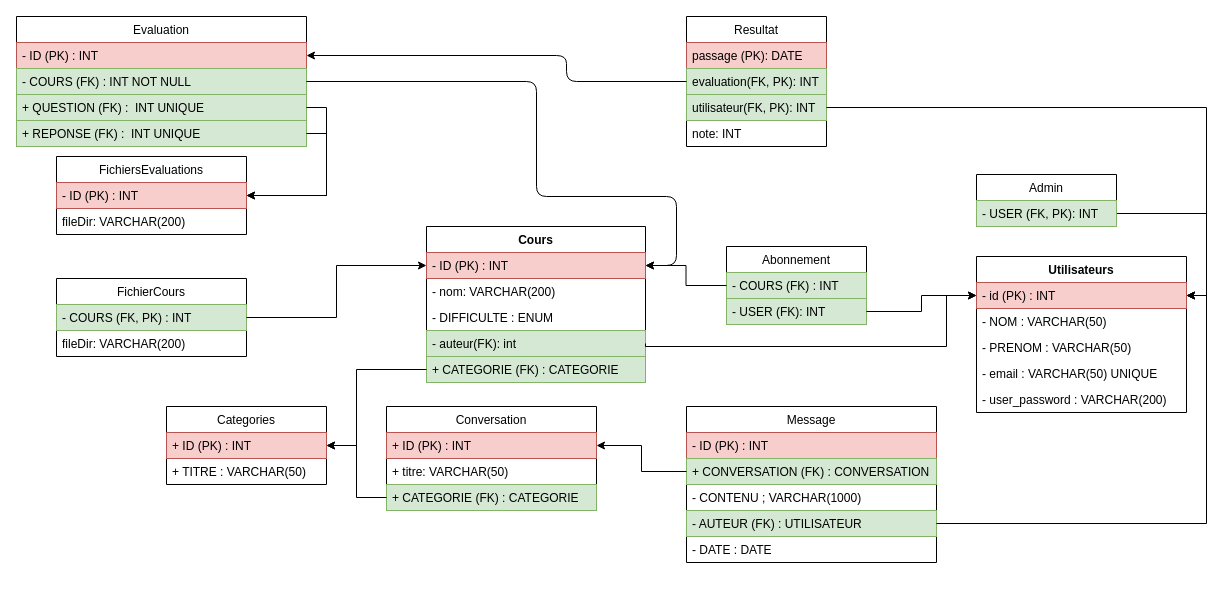
The draw.io diagram documentation/diagrammes/BDD.drawio in FC-Dijkstra/SiteFormation_DAW, before the edit. Source tidied: cells renumbered, new cells numbered last; positions are measured from the earlier drawing's top-left corner, leaving out a move shared by most shapes. Both pictures are drawn from the tidied source at 100%, with x=0, y=0 at pixel (16, 16).
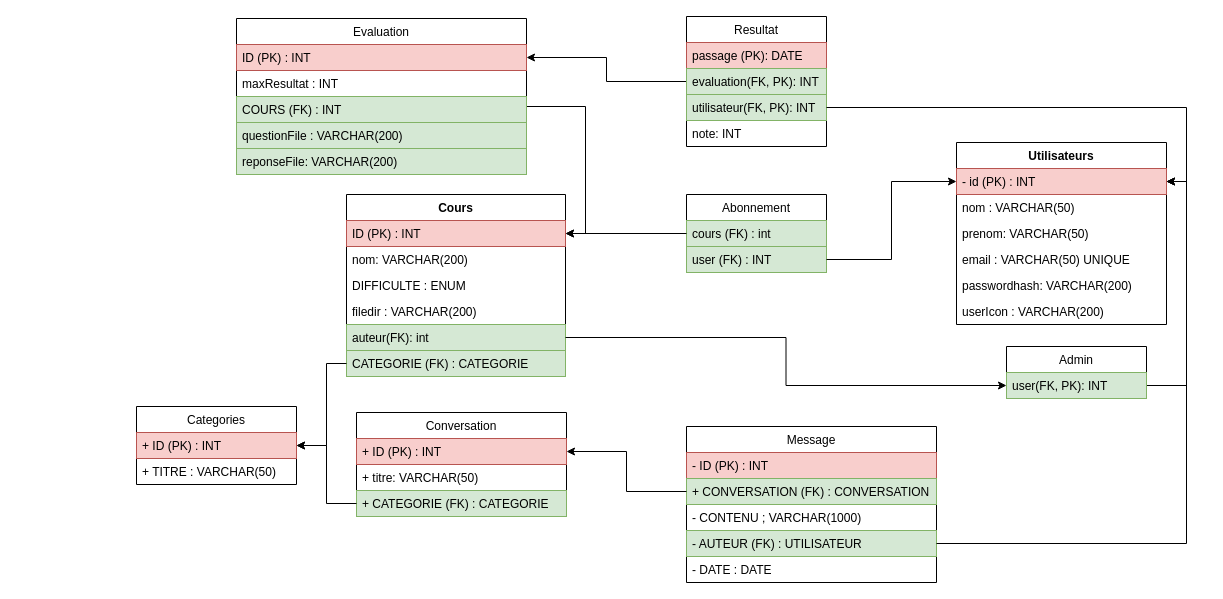
The same page after the edit.

Unchanged cells that the change refers to:
```xml
<mxCell id="3" value="- id (PK) : INT" style="text;strokeColor=#b85450;fillColor=#f8cecc;align=left;verticalAlign=top;spacingLeft=4;spacingRight=4;overflow=hidden;points=[[0,0.5],[1,0.5]];portConstraint=eastwest;" parent="2" vertex="1">
  <mxGeometry y="26" width="210" height="26" as="geometry" />
</mxCell>
<mxCell id="26" value="+ CATEGORIE (FK) : CATEGORIE" style="text;strokeColor=#82b366;fillColor=#d5e8d4;align=left;verticalAlign=top;spacingLeft=4;spacingRight=4;overflow=hidden;points=[[0,0.5],[1,0.5]];portConstraint=eastwest;" parent="23" vertex="1">
  <mxGeometry y="78" width="210" height="26" as="geometry" />
</mxCell>
<mxCell id="28" value="+ ID (PK) : INT" style="text;strokeColor=#b85450;fillColor=#f8cecc;align=left;verticalAlign=top;spacingLeft=4;spacingRight=4;overflow=hidden;points=[[0,0.5],[1,0.5]];portConstraint=eastwest;" parent="27" vertex="1">
  <mxGeometry y="26" width="160" height="26" as="geometry" />
</mxCell>
<mxCell id="38" value="Resultat" style="swimlane;fontStyle=0;horizontal=1;startSize=26;fillColor=none;" parent="1" vertex="1">
  <mxGeometry x="670" width="140" height="130" as="geometry" />
</mxCell>
<mxCell id="40" value="evaluation(FK, PK): INT " style="text;strokeColor=#82b366;fillColor=#d5e8d4;align=left;verticalAlign=top;spacingLeft=4;spacingRight=4;overflow=hidden;points=[[0,0.5],[1,0.5]];portConstraint=eastwest;" parent="38" vertex="1">
  <mxGeometry y="52" width="140" height="26" as="geometry" />
</mxCell>
```

Change to the diagram source:
```diff
@@
     <mxCell id="2" value="Utilisateurs" style="swimlane;fontStyle=1;align=center;verticalAlign=top;horizontal=1;startSize=26;" parent="1" vertex="1">
-      <mxGeometry x="960" y="240" width="210" height="156" as="geometry" />
+      <mxGeometry x="940" y="126" width="210" height="182" as="geometry" />
     </mxCell>
@@
-    <mxCell id="4" value="- NOM : VARCHAR(50)" style="text;strokeColor=none;fillColor=none;align=left;verticalAlign=top;spacingLeft=4;spacingRight=4;overflow=hidden;" parent="2" vertex="1">
+    <mxCell id="4" value="nom : VARCHAR(50)" style="text;strokeColor=none;fillColor=none;align=left;verticalAlign=top;spacingLeft=4;spacingRight=4;overflow=hidden;" parent="2" vertex="1">
       <mxGeometry y="52" width="210" height="26" as="geometry" />
     </mxCell>
-    <mxCell id="5" value="- PRENOM : VARCHAR(50)" style="text;strokeColor=none;fillColor=none;align=left;verticalAlign=top;spacingLeft=4;spacingRight=4;overflow=hidden;" parent="2" vertex="1">
+    <mxCell id="5" value="prenom: VARCHAR(50)" style="text;strokeColor=none;fillColor=none;align=left;verticalAlign=top;spacingLeft=4;spacingRight=4;overflow=hidden;" parent="2" vertex="1">
       <mxGeometry y="78" width="210" height="26" as="geometry" />
     </mxCell>
-    <mxCell id="6" value="- email : VARCHAR(50) UNIQUE" style="text;strokeColor=none;fillColor=none;align=left;verticalAlign=top;spacingLeft=4;spacingRight=4;overflow=hidden;" parent="2" vertex="1">
+    <mxCell id="6" value="email : VARCHAR(50) UNIQUE" style="text;strokeColor=none;fillColor=none;align=left;verticalAlign=top;spacingLeft=4;spacingRight=4;overflow=hidden;" parent="2" vertex="1">
       <mxGeometry y="104" width="210" height="26" as="geometry" />
     </mxCell>
-    <mxCell id="7" value="- user_password : VARCHAR(200)" style="text;strokeColor=none;fillColor=none;align=left;verticalAlign=top;spacingLeft=4;spacingRight=4;overflow=hidden;" parent="2" vertex="1">
+    <mxCell id="7" value="passwordhash: VARCHAR(200)" style="text;strokeColor=none;fillColor=none;align=left;verticalAlign=top;spacingLeft=4;spacingRight=4;overflow=hidden;" parent="2" vertex="1">
       <mxGeometry y="130" width="210" height="26" as="geometry" />
     </mxCell>
+    <mxCell id="62" value="userIcon : VARCHAR(200)" style="text;strokeColor=none;fillColor=none;align=left;verticalAlign=top;spacingLeft=4;spacingRight=4;overflow=hidden;" parent="2" vertex="1">
+      <mxGeometry y="156" width="210" height="26" as="geometry" />
+    </mxCell>
     <mxCell id="8" value="Cours" style="swimlane;fontStyle=1;align=center;verticalAlign=top;horizontal=1;startSize=26;" parent="1" vertex="1">
-      <mxGeometry x="410" y="210" width="219" height="156" as="geometry" />
+      <mxGeometry x="330" y="178" width="219" height="182" as="geometry" />
     </mxCell>
-    <mxCell id="9" value="- ID (PK) : INT" style="text;strokeColor=#b85450;fillColor=#f8cecc;align=left;verticalAlign=top;spacingLeft=4;spacingRight=4;overflow=hidden;points=[[0,0.5],[1,0.5]];portConstraint=eastwest;" parent="8" vertex="1">
+    <mxCell id="9" value="ID (PK) : INT" style="text;strokeColor=#b85450;fillColor=#f8cecc;align=left;verticalAlign=top;spacingLeft=4;spacingRight=4;overflow=hidden;points=[[0,0.5],[1,0.5]];portConstraint=eastwest;" parent="8" vertex="1">
       <mxGeometry y="26" width="219" height="26" as="geometry" />
     </mxCell>
-    <mxCell id="10" value="- nom: VARCHAR(200)" style="text;strokeColor=none;fillColor=none;align=left;verticalAlign=top;spacingLeft=4;spacingRight=4;overflow=hidden;" parent="8" vertex="1">
+    <mxCell id="10" value="nom: VARCHAR(200)" style="text;strokeColor=none;fillColor=none;align=left;verticalAlign=top;spacingLeft=4;spacingRight=4;overflow=hidden;" parent="8" vertex="1">
       <mxGeometry y="52" width="219" height="26" as="geometry" />
     </mxCell>
-    <mxCell id="11" value="- DIFFICULTE : ENUM" style="text;strokeColor=none;fillColor=none;align=left;verticalAlign=top;spacingLeft=4;spacingRight=4;overflow=hidden;" parent="8" vertex="1">
+    <mxCell id="11" value="DIFFICULTE : ENUM" style="text;strokeColor=none;fillColor=none;align=left;verticalAlign=top;spacingLeft=4;spacingRight=4;overflow=hidden;" parent="8" vertex="1">
       <mxGeometry y="78" width="219" height="26" as="geometry" />
     </mxCell>
+    <mxCell id="63" value="filedir : VARCHAR(200)" style="text;strokeColor=none;fillColor=none;align=left;verticalAlign=top;spacingLeft=4;spacingRight=4;overflow=hidden;" parent="8" vertex="1">
+      <mxGeometry y="104" width="219" height="26" as="geometry" />
+    </mxCell>
-    <mxCell id="12" value="- auteur(FK): int" style="text;strokeColor=#82b366;fillColor=#d5e8d4;align=left;verticalAlign=top;spacingLeft=4;spacingRight=4;overflow=hidden;points=[[0,0.5],[1,0.5]];portConstraint=eastwest;" parent="8" vertex="1">
-      <mxGeometry y="104" width="219" height="26" as="geometry" />
+    <mxCell id="12" value="auteur(FK): int" style="text;strokeColor=#82b366;fillColor=#d5e8d4;align=left;verticalAlign=top;spacingLeft=4;spacingRight=4;overflow=hidden;points=[[0,0.5],[1,0.5]];portConstraint=eastwest;" parent="8" vertex="1">
+      <mxGeometry y="130" width="219" height="26" as="geometry" />
     </mxCell>
-    <mxCell id="13" value="+ CATEGORIE (FK) : CATEGORIE" style="text;strokeColor=#82b366;fillColor=#d5e8d4;align=left;verticalAlign=top;spacingLeft=4;spacingRight=4;overflow=hidden;points=[[0,0.5],[1,0.5]];portConstraint=eastwest;" parent="8" vertex="1">
-      <mxGeometry y="130" width="219" height="26" as="geometry" />
+    <mxCell id="13" value="CATEGORIE (FK) : CATEGORIE" style="text;strokeColor=#82b366;fillColor=#d5e8d4;align=left;verticalAlign=top;spacingLeft=4;spacingRight=4;overflow=hidden;points=[[0,0.5],[1,0.5]];portConstraint=eastwest;" parent="8" vertex="1">
+      <mxGeometry y="156" width="219" height="26" as="geometry" />
     </mxCell>
     <mxCell id="14" value="Abonnement" style="swimlane;fontStyle=0;horizontal=1;startSize=26;fillColor=none;" parent="1" vertex="1">
-      <mxGeometry x="710" y="230" width="140" height="78" as="geometry" />
+      <mxGeometry x="670" y="178" width="140" height="78" as="geometry" />
     </mxCell>
-    <mxCell id="15" value="- COURS (FK) : INT" style="text;strokeColor=#82b366;fillColor=#d5e8d4;align=left;verticalAlign=top;spacingLeft=4;spacingRight=4;overflow=hidden;points=[[0,0.5],[1,0.5]];portConstraint=eastwest;" parent="14" vertex="1">
+    <mxCell id="15" value="cours (FK) : int" style="text;strokeColor=#82b366;fillColor=#d5e8d4;align=left;verticalAlign=top;spacingLeft=4;spacingRight=4;overflow=hidden;points=[[0,0.5],[1,0.5]];portConstraint=eastwest;" parent="14" vertex="1">
       <mxGeometry y="26" width="140" height="26" as="geometry" />
     </mxCell>
-    <mxCell id="16" value="- USER (FK): INT" style="text;strokeColor=#82b366;fillColor=#d5e8d4;align=left;verticalAlign=top;spacingLeft=4;spacingRight=4;overflow=hidden;points=[[0,0.5],[1,0.5]];portConstraint=eastwest;" parent="14" vertex="1">
+    <mxCell id="16" value="user (FK) : INT" style="text;strokeColor=#82b366;fillColor=#d5e8d4;align=left;verticalAlign=top;spacingLeft=4;spacingRight=4;overflow=hidden;points=[[0,0.5],[1,0.5]];portConstraint=eastwest;" parent="14" vertex="1">
       <mxGeometry y="52" width="140" height="26" as="geometry" />
     </mxCell>
     <mxCell id="17" value="Message" style="swimlane;fontStyle=0;horizontal=1;startSize=26;fillColor=none;" parent="1" vertex="1">
-      <mxGeometry x="670" y="390" width="250" height="156" as="geometry" />
+      <mxGeometry x="670" y="410" width="250" height="156" as="geometry" />
     </mxCell>
@@
     <mxCell id="23" value="Conversation" style="swimlane;fontStyle=0;horizontal=1;startSize=26;fillColor=none;" parent="1" vertex="1">
-      <mxGeometry x="370" y="390" width="210" height="104" as="geometry" />
+      <mxGeometry x="340" y="396" width="210" height="104" as="geometry" />
     </mxCell>
@@
     <mxCell id="27" value="Categories" style="swimlane;fontStyle=0;horizontal=1;startSize=26;fillColor=none;" parent="1" vertex="1">
-      <mxGeometry x="150" y="390" width="160" height="78" as="geometry" />
+      <mxGeometry x="120" y="390" width="160" height="78" as="geometry" />
     </mxCell>
@@
-    <mxCell id="30" value="FichierCours" style="swimlane;fontStyle=0;horizontal=1;startSize=26;fillColor=none;" parent="1" vertex="1">
-      <mxGeometry x="40" y="262" width="190" height="78" as="geometry" />
-    </mxCell>
-    <mxCell id="31" value="- COURS (FK, PK) : INT" style="text;strokeColor=#82b366;fillColor=#d5e8d4;align=left;verticalAlign=top;spacingLeft=4;spacingRight=4;overflow=hidden;points=[[0,0.5],[1,0.5]];portConstraint=eastwest;" parent="30" vertex="1">
-      <mxGeometry y="26" width="190" height="26" as="geometry" />
-    </mxCell>
-    <mxCell id="32" value="fileDir: VARCHAR(200)" style="text;strokeColor=none;fillColor=none;align=left;verticalAlign=top;spacingLeft=4;spacingRight=4;overflow=hidden;" parent="30" vertex="1">
-      <mxGeometry y="52" width="190" height="26" as="geometry" />
-    </mxCell>
+    <mxCell id="64" style="edgeStyle=orthogonalEdgeStyle;rounded=0;jettySize=auto;html=1;exitX=1;exitY=0.5;exitDx=0;exitDy=0;entryX=1;entryY=0.5;entryDx=0;entryDy=0;" parent="1" edge="1" source="33" target="9">
+      <mxGeometry relative="1" as="geometry">
+        <Array as="points">
+          <mxPoint x="510" y="90" />
+          <mxPoint x="569" y="90" />
+          <mxPoint x="569" y="217" />
+        </Array>
+      </mxGeometry>
+    </mxCell>
     <mxCell id="33" value="Evaluation" style="swimlane;fontStyle=0;horizontal=1;startSize=26;fillColor=none;" parent="1" vertex="1">
-      <mxGeometry width="290" height="130" as="geometry" />
+      <mxGeometry x="220" y="2" width="290" height="156" as="geometry" />
     </mxCell>
-    <mxCell id="34" value="- ID (PK) : INT" style="text;strokeColor=#b85450;fillColor=#f8cecc;align=left;verticalAlign=top;spacingLeft=4;spacingRight=4;overflow=hidden;points=[[0,0.5],[1,0.5]];portConstraint=eastwest;" parent="33" vertex="1">
+    <mxCell id="34" value="ID (PK) : INT" style="text;strokeColor=#b85450;fillColor=#f8cecc;align=left;verticalAlign=top;spacingLeft=4;spacingRight=4;overflow=hidden;points=[[0,0.5],[1,0.5]];portConstraint=eastwest;" parent="33" vertex="1">
       <mxGeometry y="26" width="290" height="26" as="geometry" />
     </mxCell>
+    <mxCell id="65" value="maxResultat : INT" style="text;strokeColor=none;fillColor=none;align=left;verticalAlign=top;spacingLeft=4;spacingRight=4;overflow=hidden;" parent="33" vertex="1">
+      <mxGeometry y="52" width="290" height="26" as="geometry" />
+    </mxCell>
-    <mxCell id="35" value="- COURS (FK) : INT NOT NULL" style="text;strokeColor=#82b366;fillColor=#d5e8d4;align=left;verticalAlign=top;spacingLeft=4;spacingRight=4;overflow=hidden;" parent="33" vertex="1">
-      <mxGeometry y="52" width="290" height="26" as="geometry" />
+    <mxCell id="35" value="COURS (FK) : INT&#10;" style="text;strokeColor=#82b366;fillColor=#d5e8d4;align=left;verticalAlign=top;spacingLeft=4;spacingRight=4;overflow=hidden;" parent="33" vertex="1">
+      <mxGeometry y="78" width="290" height="26" as="geometry" />
     </mxCell>
-    <mxCell id="36" value="+ QUESTION (FK) :  INT UNIQUE" style="text;strokeColor=#82b366;fillColor=#d5e8d4;align=left;verticalAlign=top;spacingLeft=4;spacingRight=4;overflow=hidden;points=[[0,0.5],[1,0.5]];portConstraint=eastwest;" parent="33" vertex="1">
-      <mxGeometry y="78" width="290" height="26" as="geometry" />
+    <mxCell id="36" value="questionFile : VARCHAR(200)" style="text;strokeColor=#82b366;fillColor=#d5e8d4;align=left;verticalAlign=top;spacingLeft=4;spacingRight=4;overflow=hidden;points=[[0,0.5],[1,0.5]];portConstraint=eastwest;" parent="33" vertex="1">
+      <mxGeometry y="104" width="290" height="26" as="geometry" />
     </mxCell>
-    <mxCell id="37" value="+ REPONSE (FK) :  INT UNIQUE" style="text;strokeColor=#82b366;fillColor=#d5e8d4;align=left;verticalAlign=top;spacingLeft=4;spacingRight=4;overflow=hidden;points=[[0,0.5],[1,0.5]];portConstraint=eastwest;" parent="33" vertex="1">
-      <mxGeometry y="104" width="290" height="26" as="geometry" />
+    <mxCell id="37" value="reponseFile: VARCHAR(200)" style="text;strokeColor=#82b366;fillColor=#d5e8d4;align=left;verticalAlign=top;spacingLeft=4;spacingRight=4;overflow=hidden;points=[[0,0.5],[1,0.5]];portConstraint=eastwest;" parent="33" vertex="1">
+      <mxGeometry y="130" width="290" height="26" as="geometry" />
     </mxCell>
+    <mxCell id="66" style="edgeStyle=orthogonalEdgeStyle;rounded=0;jettySize=auto;html=1;exitX=0;exitY=0.5;exitDx=0;exitDy=0;entryX=1;entryY=0.5;entryDx=0;entryDy=0;" parent="1" edge="1" source="38" target="34">
+      <mxGeometry relative="1" as="geometry" />
+    </mxCell>
@@
     <mxCell id="44" style="edgeStyle=orthogonalEdgeStyle;rounded=0;jettySize=auto;html=1;exitX=0;exitY=0.5;exitDx=0;exitDy=0;entryX=1;entryY=0.5;entryDx=0;entryDy=0;" parent="1" edge="1" source="26" target="28">
-      <mxGeometry relative="1" as="geometry" />
+      <mxGeometry relative="1" as="geometry">
+        <Array as="points">
+          <mxPoint x="310" y="487" />
+          <mxPoint x="310" y="429" />
+        </Array>
+      </mxGeometry>
     </mxCell>
@@
-    <mxCell id="46" style="edgeStyle=orthogonalEdgeStyle;rounded=0;jettySize=auto;html=1;exitX=1;exitY=0.5;exitDx=0;exitDy=0;entryX=0;entryY=0.5;entryDx=0;entryDy=0;" parent="1" edge="1" source="16" target="3">
-      <mxGeometry relative="1" as="geometry" />
-    </mxCell>
@@
-    <mxCell id="48" style="edgeStyle=orthogonalEdgeStyle;rounded=0;jettySize=auto;html=1;exitX=1;exitY=0.5;exitDx=0;exitDy=0;entryX=0;entryY=0.5;entryDx=0;entryDy=0;" parent="1" edge="1" source="12" target="3">
-      <mxGeometry relative="1" as="geometry">
-        <Array as="points">
-          <mxPoint x="629" y="330" />
-          <mxPoint x="930" y="330" />
-          <mxPoint x="930" y="279" />
-        </Array>
-      </mxGeometry>
-    </mxCell>
@@
-    <mxCell id="50" style="endArrow=classic;html=1;exitX=0;exitY=0.5;exitDx=0;exitDy=0;entryX=1;entryY=0.5;entryDx=0;entryDy=0;" parent="1" edge="1" source="40" target="34">
-      <mxGeometry relative="1" as="geometry">
-        <Array as="points">
-          <mxPoint x="550" y="65" />
-          <mxPoint x="550" y="39" />
-        </Array>
-      </mxGeometry>
-    </mxCell>
-    <mxCell id="51" style="endArrow=classic;html=1;exitX=1;exitY=0.5;exitDx=0;exitDy=0;entryX=1;entryY=0.25;entryDx=0;entryDy=0;" parent="1" edge="1" source="33" target="8">
-      <mxGeometry relative="1" as="geometry">
-        <Array as="points">
-          <mxPoint x="520" y="65" />
-          <mxPoint x="520" y="180" />
-          <mxPoint x="660" y="180" />
-          <mxPoint x="660" y="249" />
-        </Array>
-      </mxGeometry>
-    </mxCell>
-    <mxCell id="52" style="edgeStyle=orthogonalEdgeStyle;rounded=0;jettySize=auto;html=1;exitX=1;exitY=0.75;exitDx=0;exitDy=0;entryX=1;entryY=0.25;entryDx=0;entryDy=0;" parent="1" edge="1" source="53" target="2">
-      <mxGeometry relative="1" as="geometry" />
-    </mxCell>
+    <mxCell id="67" style="edgeStyle=orthogonalEdgeStyle;rounded=0;jettySize=auto;html=1;exitX=1;exitY=0.75;exitDx=0;exitDy=0;entryX=1;entryY=0.5;entryDx=0;entryDy=0;" parent="1" edge="1" source="53" target="3">
+      <mxGeometry relative="1" as="geometry">
+        <Array as="points">
+          <mxPoint x="1170" y="369" />
+          <mxPoint x="1170" y="165" />
+        </Array>
+      </mxGeometry>
+    </mxCell>
     <mxCell id="53" value="Admin" style="swimlane;fontStyle=0;horizontal=1;startSize=26;fillColor=none;" parent="1" vertex="1">
-      <mxGeometry x="960" y="158" width="140" height="52" as="geometry" />
+      <mxGeometry x="990" y="330" width="140" height="52" as="geometry" />
     </mxCell>
-    <mxCell id="54" value="- USER (FK, PK): INT" style="text;strokeColor=#82b366;fillColor=#d5e8d4;align=left;verticalAlign=top;spacingLeft=4;spacingRight=4;overflow=hidden;points=[[0,0.5],[1,0.5]];portConstraint=eastwest;" parent="53" vertex="1">
+    <mxCell id="54" value="user(FK, PK): INT" style="text;strokeColor=#82b366;fillColor=#d5e8d4;align=left;verticalAlign=top;spacingLeft=4;spacingRight=4;overflow=hidden;points=[[0,0.5],[1,0.5]];portConstraint=eastwest;" parent="53" vertex="1">
       <mxGeometry y="26" width="140" height="26" as="geometry" />
     </mxCell>
     <mxCell id="55" style="edgeStyle=orthogonalEdgeStyle;rounded=0;jettySize=auto;html=1;exitX=0;exitY=0.5;exitDx=0;exitDy=0;entryX=1;entryY=0.5;entryDx=0;entryDy=0;" parent="1" edge="1" source="13" target="28">
       <mxGeometry relative="1" as="geometry">
         <Array as="points">
-          <mxPoint x="340" y="353" />
-          <mxPoint x="340" y="429" />
+          <mxPoint x="310" y="347" />
+          <mxPoint x="310" y="429" />
         </Array>
       </mxGeometry>
     </mxCell>
-    <mxCell id="56" value="FichiersEvaluations" style="swimlane;fontStyle=0;horizontal=1;startSize=26;fillColor=none;" parent="1" vertex="1">
-      <mxGeometry x="40" y="140" width="190" height="78" as="geometry" />
-    </mxCell>
-    <mxCell id="57" value="- ID (PK) : INT" style="text;strokeColor=#b85450;fillColor=#f8cecc;align=left;verticalAlign=top;spacingLeft=4;spacingRight=4;overflow=hidden;points=[[0,0.5],[1,0.5]];portConstraint=eastwest;" parent="56" vertex="1">
-      <mxGeometry y="26" width="190" height="26" as="geometry" />
-    </mxCell>
-    <mxCell id="58" value="fileDir: VARCHAR(200)" style="text;strokeColor=none;fillColor=none;align=left;verticalAlign=top;spacingLeft=4;spacingRight=4;overflow=hidden;" parent="56" vertex="1">
-      <mxGeometry y="52" width="190" height="26" as="geometry" />
-    </mxCell>
-    <mxCell id="59" style="edgeStyle=orthogonalEdgeStyle;rounded=0;jettySize=auto;html=1;exitX=1;exitY=0.5;exitDx=0;exitDy=0;entryX=1;entryY=0.5;entryDx=0;entryDy=0;" parent="1" edge="1" source="37" target="57">
-      <mxGeometry relative="1" as="geometry" />
-    </mxCell>
-    <mxCell id="60" style="edgeStyle=orthogonalEdgeStyle;rounded=0;jettySize=auto;html=1;exitX=1;exitY=0.5;exitDx=0;exitDy=0;entryX=1;entryY=0.5;entryDx=0;entryDy=0;" parent="1" edge="1" source="36" target="57">
-      <mxGeometry relative="1" as="geometry" />
-    </mxCell>
-    <mxCell id="61" style="edgeStyle=orthogonalEdgeStyle;rounded=0;jettySize=auto;html=1;exitX=1;exitY=0.5;exitDx=0;exitDy=0;entryX=0;entryY=0.5;entryDx=0;entryDy=0;" parent="1" edge="1" source="31" target="9">
-      <mxGeometry relative="1" as="geometry" />
-    </mxCell>
+    <mxCell id="46" style="edgeStyle=orthogonalEdgeStyle;rounded=0;jettySize=auto;html=1;exitX=1;exitY=0.5;exitDx=0;exitDy=0;entryX=0;entryY=0.5;entryDx=0;entryDy=0;" parent="1" edge="1" source="16" target="3">
+      <mxGeometry relative="1" as="geometry" />
+    </mxCell>
+    <mxCell id="68" style="edgeStyle=orthogonalEdgeStyle;rounded=0;jettySize=auto;html=1;exitX=1;exitY=0.5;exitDx=0;exitDy=0;entryX=0;entryY=0.5;entryDx=0;entryDy=0;" parent="1" edge="1" source="12" target="54">
+      <mxGeometry relative="1" as="geometry" />
+    </mxCell>
```
